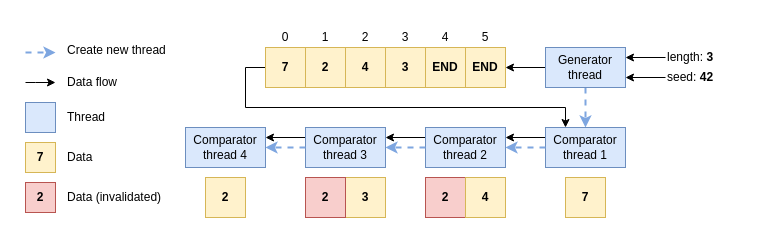
The draw.io diagram data/graphs/pipeline_sort.drawio in marinoandrea/pmms-assignments, before the edit. Source tidied: cells renumbered, new cells numbered last; positions are measured from the earlier drawing's top-left corner, leaving out a move shared by most shapes. Both pictures are drawn from the tidied source at 100%, with x=0, y=0 at pixel (25, 17).
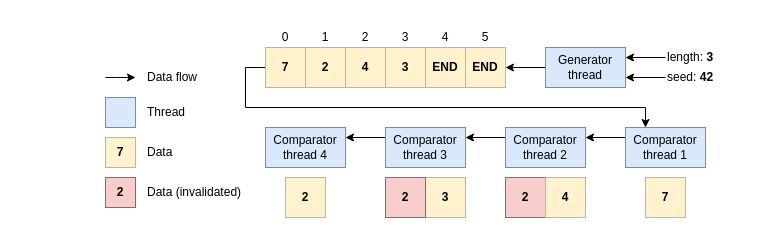
The same diagram, later.

Commit message (it also covers changes not shown here):
🍱 Remove create thread from pipeline sort diagram

The change refers to these unchanged cells:
```xml
<mxCell id="4" value="&lt;div&gt;Generator thread&lt;/div&gt;" style="rounded=0;whiteSpace=wrap;html=1;fillColor=#dae8fc;strokeColor=#6c8ebf;" parent="1" vertex="1">
  <mxGeometry x="520" y="30" width="80" height="40" as="geometry" />
</mxCell>
```

Diff of the diagram source:
```diff
@@
-    <mxCell id="3" style="edgeStyle=orthogonalEdgeStyle;rounded=0;jettySize=auto;html=1;exitX=0.5;exitY=1;exitDx=0;exitDy=0;entryX=0.5;entryY=0;entryDx=0;entryDy=0;strokeWidth=2;dashed=1;strokeColor=#7EA6E0;" parent="1" edge="1" source="4" target="6">
-      <mxGeometry relative="1" as="geometry" />
-    </mxCell>
@@
     <mxCell id="6" value="&lt;div&gt;Comparator thread 1&lt;/div&gt;" style="rounded=0;whiteSpace=wrap;html=1;fillColor=#dae8fc;strokeColor=#6c8ebf;" parent="1" vertex="1">
-      <mxGeometry x="520" y="110" width="80" height="40" as="geometry" />
+      <mxGeometry x="600" y="110" width="80" height="40" as="geometry" />
     </mxCell>
@@
     <mxCell id="8" value="&lt;div&gt;Comparator thread 2&lt;/div&gt;" style="rounded=0;whiteSpace=wrap;html=1;fillColor=#dae8fc;strokeColor=#6c8ebf;" parent="1" vertex="1">
-      <mxGeometry x="400" y="110" width="80" height="40" as="geometry" />
+      <mxGeometry x="480" y="110" width="80" height="40" as="geometry" />
     </mxCell>
@@
     <mxCell id="10" value="&lt;div&gt;Comparator thread 3&lt;/div&gt;" style="rounded=0;whiteSpace=wrap;html=1;fillColor=#dae8fc;strokeColor=#6c8ebf;" parent="1" vertex="1">
-      <mxGeometry x="280" y="110" width="80" height="40" as="geometry" />
+      <mxGeometry x="360" y="110" width="80" height="40" as="geometry" />
     </mxCell>
@@
     <mxCell id="22" value="&lt;div&gt;7&lt;br&gt;&lt;/div&gt;" style="rounded=0;whiteSpace=wrap;html=1;fillColor=#fff2cc;strokeColor=#d6b656;fontStyle=1;" parent="1" vertex="1">
-      <mxGeometry x="540" y="160" width="40" height="40" as="geometry" />
+      <mxGeometry x="620" y="160" width="40" height="40" as="geometry" />
     </mxCell>
     <mxCell id="23" value="2" style="rounded=0;whiteSpace=wrap;html=1;fillColor=#f8cecc;strokeColor=#b85450;fontStyle=1;" parent="1" vertex="1">
-      <mxGeometry x="400" y="160" width="40" height="40" as="geometry" />
+      <mxGeometry x="480" y="160" width="40" height="40" as="geometry" />
     </mxCell>
     <mxCell id="24" value="4" style="rounded=0;whiteSpace=wrap;html=1;fillColor=#fff2cc;strokeColor=#d6b656;fontStyle=1;" parent="1" vertex="1">
-      <mxGeometry x="440" y="160" width="40" height="40" as="geometry" />
+      <mxGeometry x="520" y="160" width="40" height="40" as="geometry" />
     </mxCell>
     <mxCell id="25" value="2" style="rounded=0;whiteSpace=wrap;html=1;fillColor=#fff2cc;strokeColor=#d6b656;fontStyle=1;" parent="1" vertex="1">
-      <mxGeometry x="180" y="160" width="40" height="40" as="geometry" />
+      <mxGeometry x="260" y="160" width="40" height="40" as="geometry" />
     </mxCell>
@@
     <mxCell id="32" value="&lt;div&gt;Comparator thread 4&lt;br&gt;&lt;/div&gt;" style="rounded=0;whiteSpace=wrap;html=1;fillColor=#dae8fc;strokeColor=#6c8ebf;" parent="1" vertex="1">
-      <mxGeometry x="160" y="110" width="80" height="40" as="geometry" />
+      <mxGeometry x="240" y="110" width="80" height="40" as="geometry" />
     </mxCell>
     <mxCell id="33" value="3" style="rounded=0;whiteSpace=wrap;html=1;fillColor=#fff2cc;strokeColor=#d6b656;fontStyle=1;" parent="1" vertex="1">
-      <mxGeometry x="320" y="160" width="40" height="40" as="geometry" />
+      <mxGeometry x="400" y="160" width="40" height="40" as="geometry" />
     </mxCell>
     <mxCell id="34" value="2" style="rounded=0;whiteSpace=wrap;html=1;fillColor=#f8cecc;strokeColor=#b85450;fontStyle=1;" parent="1" vertex="1">
-      <mxGeometry x="280" y="160" width="40" height="40" as="geometry" />
+      <mxGeometry x="360" y="160" width="40" height="40" as="geometry" />
     </mxCell>
-    <mxCell id="35" style="edgeStyle=orthogonalEdgeStyle;rounded=0;jettySize=auto;html=1;exitX=0;exitY=0.5;exitDx=0;exitDy=0;entryX=1;entryY=0.5;entryDx=0;entryDy=0;strokeWidth=2;dashed=1;strokeColor=#7EA6E0;" parent="1" edge="1" source="6" target="8">
-      <mxGeometry relative="1" as="geometry" />
-    </mxCell>
-    <mxCell id="36" style="edgeStyle=orthogonalEdgeStyle;rounded=0;jettySize=auto;html=1;entryX=1;entryY=0.5;entryDx=0;entryDy=0;strokeWidth=2;dashed=1;strokeColor=#7EA6E0;exitX=0;exitY=0.5;exitDx=0;exitDy=0;" parent="1" edge="1" source="8" target="10">
-      <mxGeometry relative="1" as="geometry" />
-    </mxCell>
-    <mxCell id="37" style="edgeStyle=orthogonalEdgeStyle;rounded=0;jettySize=auto;html=1;entryX=1;entryY=0.5;entryDx=0;entryDy=0;strokeWidth=2;dashed=1;strokeColor=#7EA6E0;exitX=0;exitY=0.5;exitDx=0;exitDy=0;" parent="1" edge="1" source="10" target="32">
-      <mxGeometry relative="1" as="geometry" />
-    </mxCell>
-    <mxCell id="38" style="edgeStyle=orthogonalEdgeStyle;rounded=0;orthogonalLoop=1;jettySize=auto;html=1;strokeWidth=2;dashed=1;strokeColor=#7EA6E0;" parent="1" edge="1">
-      <mxGeometry relative="1" as="geometry">
-        <mxPoint y="35" as="sourcePoint" />
-        <mxPoint x="30" y="35" as="targetPoint" />
-      </mxGeometry>
-    </mxCell>
-    <mxCell id="39" value="&lt;div&gt;Create new thread&lt;/div&gt;" style="text;html=1;strokeColor=none;fillColor=none;align=left;verticalAlign=middle;whiteSpace=wrap;rounded=0;" parent="1" vertex="1">
-      <mxGeometry x="40" y="20" width="120" height="25" as="geometry" />
-    </mxCell>
     <mxCell id="40" value="Data flow" style="text;html=1;strokeColor=none;fillColor=none;align=left;verticalAlign=middle;whiteSpace=wrap;rounded=0;" parent="1" vertex="1">
-      <mxGeometry x="40" y="45" width="60" height="40" as="geometry" />
+      <mxGeometry x="120" y="40" width="60" height="40" as="geometry" />
     </mxCell>
     <mxCell id="41" style="edgeStyle=orthogonalEdgeStyle;rounded=0;orthogonalLoop=1;jettySize=auto;html=1;strokeColor=#000000;strokeWidth=1;" parent="1" edge="1">
       <mxGeometry relative="1" as="geometry">
-        <mxPoint y="65" as="sourcePoint" />
-        <mxPoint x="30" y="65" as="targetPoint" />
+        <mxPoint x="80" y="60" as="sourcePoint" />
+        <mxPoint x="110" y="60" as="targetPoint" />
         <Array as="points">
-          <mxPoint x="10" y="65" />
-          <mxPoint x="10" y="65" />
+          <mxPoint x="90" y="60" />
+          <mxPoint x="90" y="60" />
         </Array>
       </mxGeometry>
     </mxCell>
     <mxCell id="42" value="&lt;div&gt;7&lt;br&gt;&lt;/div&gt;" style="rounded=0;whiteSpace=wrap;html=1;fillColor=#fff2cc;strokeColor=#d6b656;fontStyle=1;" parent="1" vertex="1">
-      <mxGeometry y="125" width="30" height="30" as="geometry" />
+      <mxGeometry x="80" y="120" width="30" height="30" as="geometry" />
     </mxCell>
     <mxCell id="43" value="Data" style="text;html=1;strokeColor=none;fillColor=none;align=left;verticalAlign=middle;whiteSpace=wrap;rounded=0;" parent="1" vertex="1">
-      <mxGeometry x="40" y="125" width="40" height="30" as="geometry" />
+      <mxGeometry x="120" y="120" width="40" height="30" as="geometry" />
     </mxCell>
     <mxCell id="44" value="2" style="rounded=0;whiteSpace=wrap;html=1;fillColor=#f8cecc;strokeColor=#b85450;fontStyle=1;" parent="1" vertex="1">
-      <mxGeometry y="165" width="30" height="30" as="geometry" />
+      <mxGeometry x="80" y="160" width="30" height="30" as="geometry" />
     </mxCell>
     <mxCell id="45" value="Data (invalidated)" style="text;html=1;strokeColor=none;fillColor=none;align=left;verticalAlign=middle;whiteSpace=wrap;rounded=0;" parent="1" vertex="1">
-      <mxGeometry x="40" y="165" width="100" height="30" as="geometry" />
+      <mxGeometry x="120" y="160" width="100" height="30" as="geometry" />
     </mxCell>
     <mxCell id="46" style="rounded=0;whiteSpace=wrap;html=1;fillColor=#dae8fc;strokeColor=#6c8ebf;" parent="1" vertex="1">
-      <mxGeometry y="85" width="30" height="30" as="geometry" />
+      <mxGeometry x="80" y="80" width="30" height="30" as="geometry" />
     </mxCell>
     <mxCell id="47" value="Thread" style="text;html=1;strokeColor=none;fillColor=none;align=left;verticalAlign=middle;whiteSpace=wrap;rounded=0;" parent="1" vertex="1">
-      <mxGeometry x="40" y="85" width="50" height="30" as="geometry" />
+      <mxGeometry x="120" y="80" width="50" height="30" as="geometry" />
     </mxCell>
```
